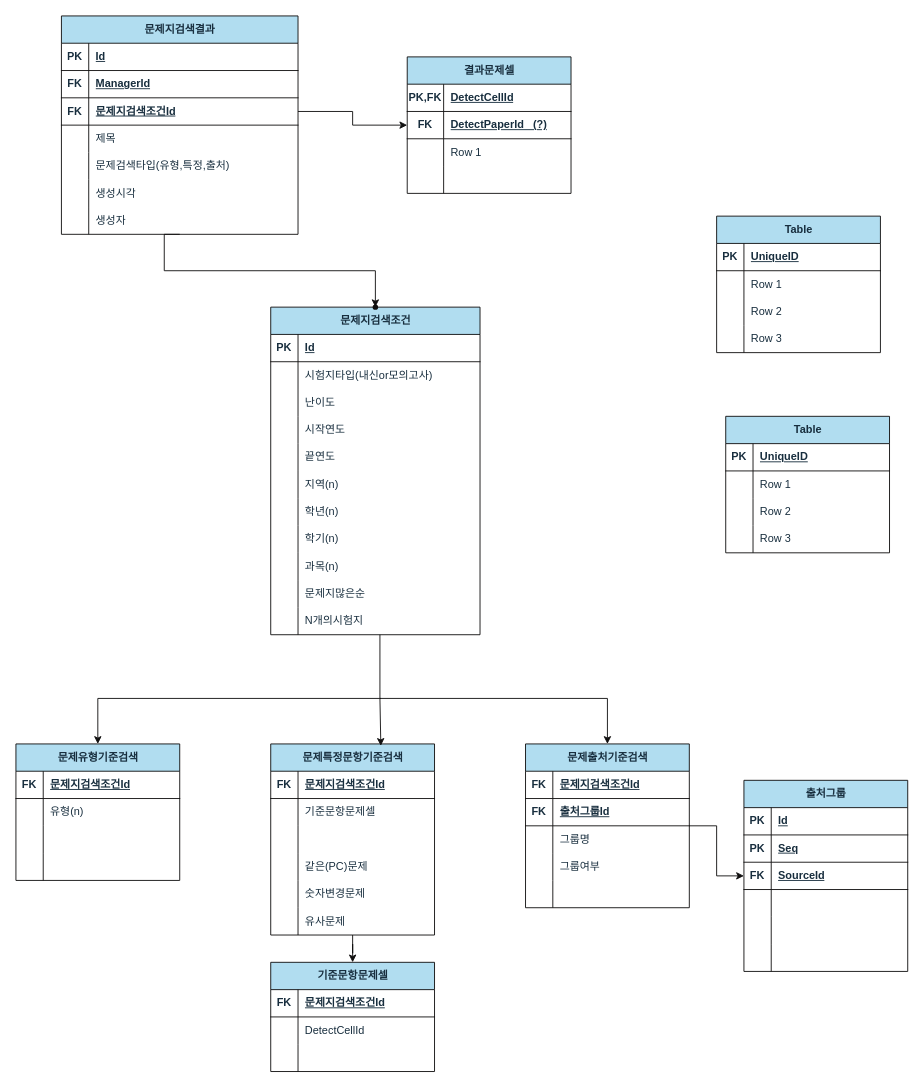
The draw.io diagram 문제지 검색.drawio in hyeonzx/Search-ExamPaper, before the edit. Source tidied: cells renumbered, new cells numbered last; positions are measured from the earlier drawing's top-left corner, leaving out a move shared by most shapes. Both pictures are drawn from the tidied source at 91%, with x=0, y=0 at pixel (15, 15).
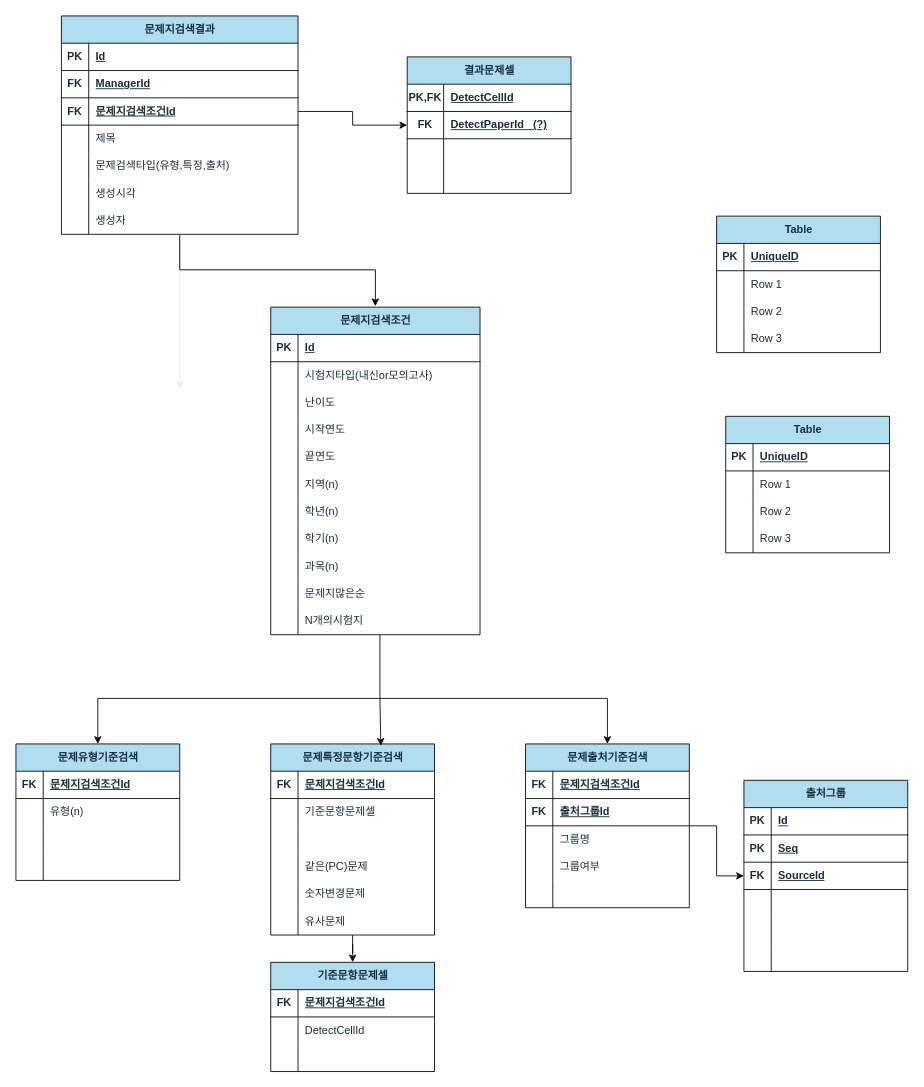
Above is the later version.

Commit message (it also covers changes not shown here):
문제지 검색.drawio 업데이트

Unchanged cells that the change refers to:
```xml
<mxCell id="9" style="shape=tableRow;horizontal=0;startSize=0;swimlaneHead=0;swimlaneBody=0;fillColor=none;top=0;left=0;right=0;bottom=0;hachureGap=4;fontFamily=Helvetica;labelBackgroundColor=none;strokeColor=#100f0f;fontColor=#182E3E;rounded=0;" parent="2" vertex="1">
  <mxGeometry y="90" width="180" height="30" as="geometry" />
</mxCell>
<mxCell id="66" value="문제지검색결과" style="shape=table;startSize=30;childLayout=tableLayout;rowLines=0;fontStyle=1;align=center;html=1;hachureGap=4;fontFamily=Helvetica;swimlaneLine=1;labelBackgroundColor=none;fillColor=#B1DDF0;strokeColor=#100f0f;fontColor=#182E3E;rounded=0;" parent="1" vertex="1">
  <mxGeometry x="50" width="260" height="240" as="geometry" />
</mxCell>
<mxCell id="85" style="shape=tableRow;horizontal=0;startSize=0;swimlaneHead=0;swimlaneBody=0;fillColor=none;points=[[0,0.5],[1,0.5]];portConstraint=eastwest;top=0;left=0;right=0;bottom=0;hachureGap=4;fontFamily=Helvetica;labelBackgroundColor=none;strokeColor=#100f0f;fontColor=#182E3E;rounded=0;" parent="66" vertex="1">
  <mxGeometry y="210" width="260" height="30" as="geometry" />
</mxCell>
```

Diff of the diagram source:
```diff
@@
-    <mxCell id="11" value="Row 1" style="shape=partialRectangle;fillColor=none;top=0;left=0;bottom=0;right=0;align=left;spacingLeft=6;overflow=hidden;whiteSpace=wrap;html=1;hachureGap=4;fontFamily=Helvetica;labelBackgroundColor=none;strokeColor=#100f0f;fontColor=#182E3E;rounded=0;" parent="9" vertex="1">
+    <mxCell id="11" style="shape=partialRectangle;fillColor=none;top=0;left=0;bottom=0;right=0;align=left;spacingLeft=6;overflow=hidden;whiteSpace=wrap;html=1;hachureGap=4;fontFamily=Helvetica;labelBackgroundColor=none;strokeColor=#100f0f;fontColor=#182E3E;rounded=0;" parent="9" vertex="1">
       <mxGeometry x="40" width="140" height="30" as="geometry" />
     </mxCell>
@@
-    <mxCell id="65" style="edgeStyle=orthogonalEdgeStyle;rounded=0;hachureGap=4;jettySize=auto;html=1;fontFamily=Architects Daughter;exitX=0.5;exitY=1;exitDx=0;exitDy=0;exitPerimeter=0;startArrow=none;startFill=0;endArrow=classic;endFill=1;labelBackgroundColor=none;strokeColor=#100f0f;fontColor=default;" parent="1" edge="1" source="85" target="177">
-      <mxGeometry relative="1" as="geometry">
-        <Array as="points">
-          <mxPoint x="163" y="240" />
-          <mxPoint x="163" y="280" />
-          <mxPoint x="395" y="280" />
-        </Array>
-      </mxGeometry>
-    </mxCell>
+    <mxCell id="182" style="edgeStyle=orthogonalEdgeStyle;jettySize=auto;html=1;strokeColor=#EEEEEE;fontColor=#FFFFFF;" parent="1" edge="1" source="66">
+      <mxGeometry relative="1" as="geometry">
+        <mxPoint x="180" y="410" as="targetPoint" />
+      </mxGeometry>
+    </mxCell>
+    <mxCell id="183" style="edgeStyle=orthogonalEdgeStyle;orthogonalLoop=1;jettySize=auto;html=1;exitX=0.5;exitY=1.067;exitDx=0;exitDy=0;entryX=0.5;entryY=0;entryDx=0;entryDy=0;strokeColor=#000000;fontColor=#FFFFFF;rounded=0;curved=0;exitPerimeter=0;" parent="1" edge="1">
+      <mxGeometry relative="1" as="geometry">
+        <mxPoint x="180" y="241" as="sourcePoint" />
+        <mxPoint x="395" y="319" as="targetPoint" />
+        <Array as="points">
+          <mxPoint x="180" y="279" />
+          <mxPoint x="395" y="279" />
+        </Array>
+      </mxGeometry>
+    </mxCell>
@@
-    <mxCell id="177" style="shape=waypoint;size=6;fillColor=#B1DDF0;perimeter=centerPerimeter;snapToPoint=1;startSize=30;fontStyle=1;hachureGap=4;labelBackgroundColor=none;strokeColor=#100f0f;fontColor=#182E3E;rounded=0;" parent="1" vertex="1">
-      <mxGeometry x="385" y="310" width="20" height="20" as="geometry" />
-    </mxCell>
```
